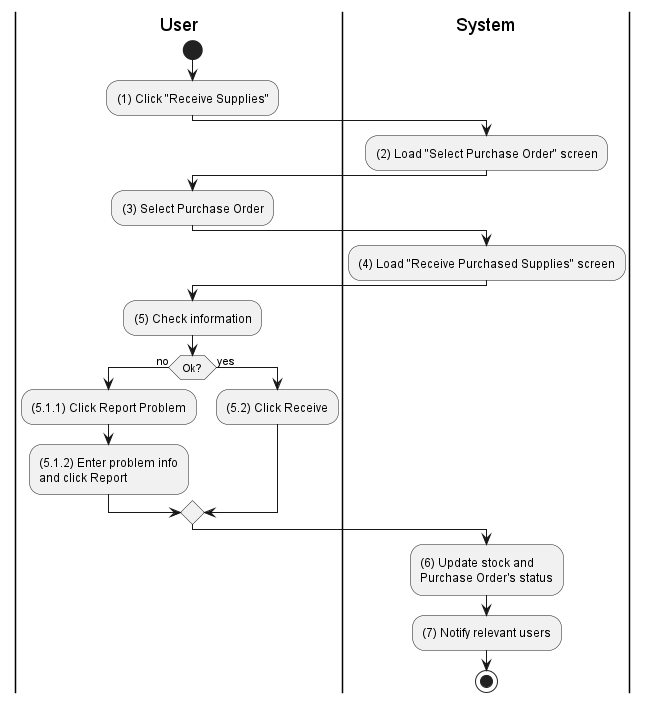
The PlantUML diagram Lab1/Lab1.2/activities/inventory-supply-receive.png in phihungha/SE357-Practice-class, before a commit.
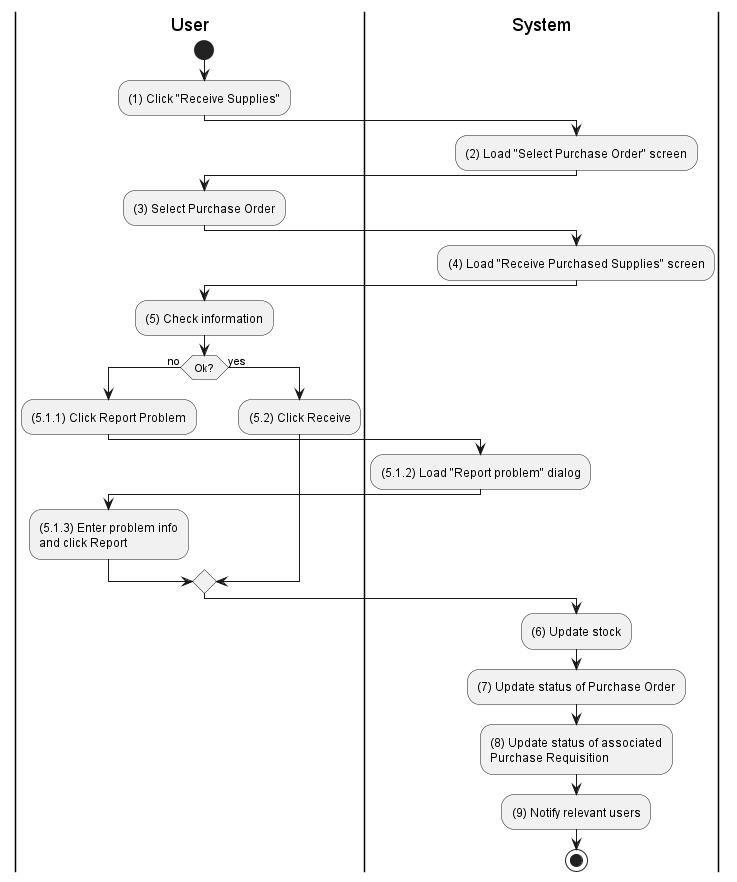
The same file after the commit.

Diff of the diagram source:
```diff
@@ -21,14 +21,21 @@
 if (Ok?) then (no)
     |u|
     :(5.1.1) Click Report Problem;
-    :(5.1.2) Enter problem info\nand click Report;
+
+    |s|
+    :(5.1.2) Load "Report problem" dialog;
+
+    |u|
+    :(5.1.3) Enter problem info\nand click Report;
 else (yes)
     |u|
     :(5.2) Click Receive;
 endif
 
 |s|
-:(6) Update stock and \nPurchase Order's status;
-:(7) Notify relevant users;
+:(6) Update stock;
+:(7) Update status of Purchase Order;
+:(8) Update status of associated\nPurchase Requisition;
+:(9) Notify relevant users;
 stop
 @enduml
```
